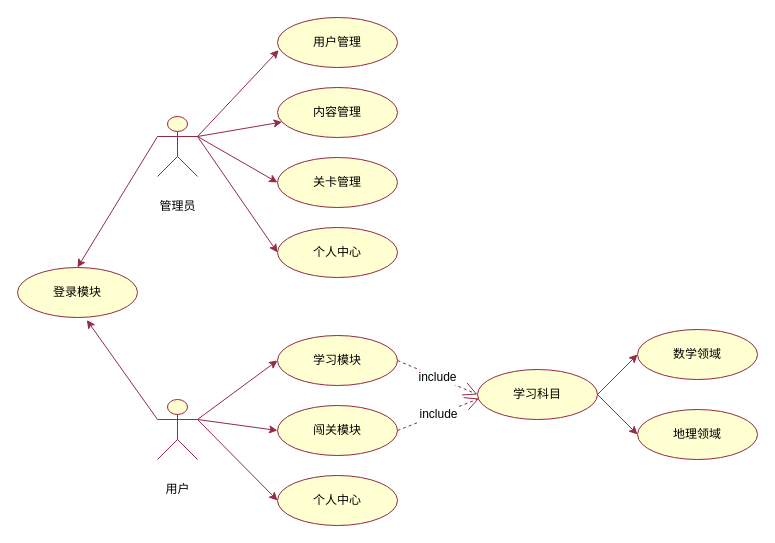
Before: page "初始用例图" (2 of 16) of 毕业设计/毕业设计.drawio in bosombaby/draw-store, a draw.io diagram. Source tidied: cells renumbered, new cells numbered last; positions are measured from the earlier drawing's top-left corner, leaving out a move shared by most shapes. Both pictures are drawn from the tidied source at 100%, with x=0, y=0 at pixel (17, 17).
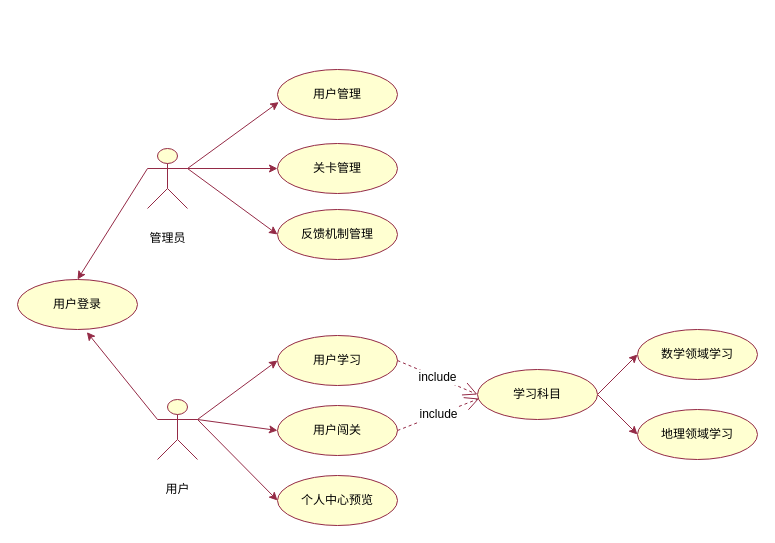
Above is the later version.

Commit message:
更新毕业设计.drawio

The edit, as a diff of the source:
```diff
@@
-    <mxCell id="7" style="edgeStyle=none;shape=connector;rounded=0;jettySize=auto;html=1;exitX=1;exitY=0.3333333333333333;exitDx=0;exitDy=0;exitPerimeter=0;labelBackgroundColor=default;strokeColor=#942A46;align=center;verticalAlign=middle;fontFamily=Helvetica;fontSize=12;fontColor=default;endArrow=classic;fillColor=#FFFFD1;" parent="1" edge="1" source="10" target="15">
-      <mxGeometry relative="1" as="geometry" />
-    </mxCell>
@@
     <mxCell id="10" value="管理员" style="shape=umlActor;verticalLabelPosition=bottom;verticalAlign=middle;html=1;outlineConnect=0;fillColor=#FFFFD1;strokeColor=#942A46;" parent="1" vertex="1">
-      <mxGeometry x="140" y="99" width="40" height="60" as="geometry" />
+      <mxGeometry x="130" y="131" width="40" height="60" as="geometry" />
     </mxCell>
-    <mxCell id="11" value="登录模块" style="ellipse;whiteSpace=wrap;html=1;fillColor=#FFFFD1;strokeColor=#942A46;" parent="1" vertex="1">
-      <mxGeometry y="250" width="120" height="50" as="geometry" />
+    <mxCell id="11" value="用户登录" style="ellipse;whiteSpace=wrap;html=1;fillColor=#FFFFD1;strokeColor=#942A46;" parent="1" vertex="1">
+      <mxGeometry y="262" width="120" height="50" as="geometry" />
     </mxCell>
-    <mxCell id="12" value="学习模块" style="ellipse;whiteSpace=wrap;html=1;fillColor=#FFFFD1;strokeColor=#942A46;" parent="1" vertex="1">
+    <mxCell id="12" value="用户学习" style="ellipse;whiteSpace=wrap;html=1;fillColor=#FFFFD1;strokeColor=#942A46;" parent="1" vertex="1">
       <mxGeometry x="260" y="318" width="120" height="50" as="geometry" />
     </mxCell>
-    <mxCell id="13" value="闯关模块" style="ellipse;whiteSpace=wrap;html=1;fillColor=#FFFFD1;strokeColor=#942A46;" parent="1" vertex="1">
+    <mxCell id="13" value="用户闯关" style="ellipse;whiteSpace=wrap;html=1;fillColor=#FFFFD1;strokeColor=#942A46;" parent="1" vertex="1">
       <mxGeometry x="260" y="388" width="120" height="50" as="geometry" />
     </mxCell>
     <mxCell id="14" value="用户管理" style="ellipse;whiteSpace=wrap;html=1;fillColor=#FFFFD1;strokeColor=#942A46;" parent="1" vertex="1">
-      <mxGeometry x="260" width="120" height="50" as="geometry" />
+      <mxGeometry x="260" y="52" width="120" height="50" as="geometry" />
     </mxCell>
-    <mxCell id="15" value="内容管理" style="ellipse;whiteSpace=wrap;html=1;fillColor=#FFFFD1;strokeColor=#942A46;" parent="1" vertex="1">
-      <mxGeometry x="260" y="70" width="120" height="50" as="geometry" />
-    </mxCell>
     <mxCell id="16" value="关卡管理" style="ellipse;whiteSpace=wrap;html=1;fillColor=#FFFFD1;strokeColor=#942A46;" parent="1" vertex="1">
-      <mxGeometry x="260" y="140" width="120" height="50" as="geometry" />
+      <mxGeometry x="260" y="126" width="120" height="50" as="geometry" />
     </mxCell>
@@
-    <mxCell id="18" value="数学领域" style="ellipse;whiteSpace=wrap;html=1;fillColor=#FFFFD1;strokeColor=#942A46;" parent="1" vertex="1">
+    <mxCell id="18" value="数学领域学习" style="ellipse;whiteSpace=wrap;html=1;fillColor=#FFFFD1;strokeColor=#942A46;" parent="1" vertex="1">
       <mxGeometry x="620" y="312" width="120" height="50" as="geometry" />
     </mxCell>
-    <mxCell id="19" value="地理领域" style="ellipse;whiteSpace=wrap;html=1;fillColor=#FFFFD1;strokeColor=#942A46;" parent="1" vertex="1">
+    <mxCell id="19" value="地理领域学习" style="ellipse;whiteSpace=wrap;html=1;fillColor=#FFFFD1;strokeColor=#942A46;" parent="1" vertex="1">
       <mxGeometry x="620" y="392" width="120" height="50" as="geometry" />
     </mxCell>
@@
-    <mxCell id="25" value="个人中心" style="ellipse;whiteSpace=wrap;html=1;fillColor=#FFFFD1;strokeColor=#942A46;" parent="1" vertex="1">
+    <mxCell id="25" value="个人中心预览" style="ellipse;whiteSpace=wrap;html=1;fillColor=#FFFFD1;strokeColor=#942A46;" parent="1" vertex="1">
       <mxGeometry x="260" y="458" width="120" height="50" as="geometry" />
     </mxCell>
-    <mxCell id="26" value="个人中心" style="ellipse;whiteSpace=wrap;html=1;fillColor=#FFFFD1;strokeColor=#942A46;" parent="1" vertex="1">
-      <mxGeometry x="260" y="210" width="120" height="50" as="geometry" />
+    <mxCell id="26" value="反馈机制管理" style="ellipse;whiteSpace=wrap;html=1;fillColor=#FFFFD1;strokeColor=#942A46;" parent="1" vertex="1">
+      <mxGeometry x="260" y="192" width="120" height="50" as="geometry" />
     </mxCell>
```
